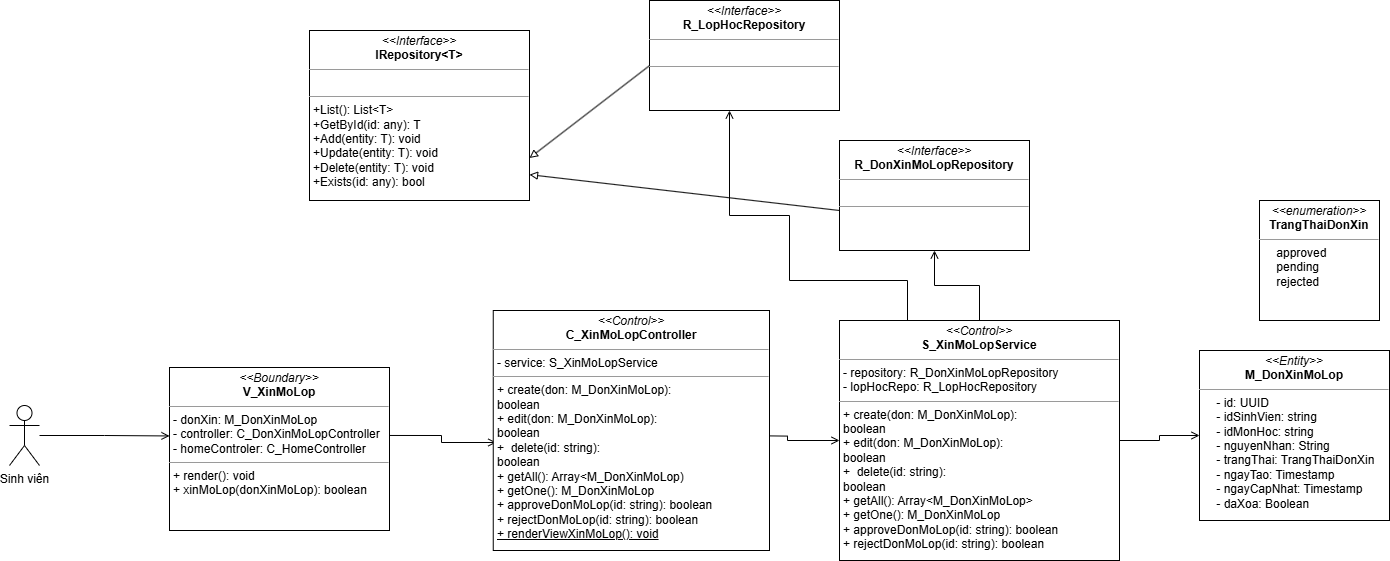
Above: Class Diagram/Xin_mo_lop/Xin_mo_lop_class_diagram.drawio.png in imvietcuongfrvietnam/PTTKHT (draw.io), before the change. Source tidied: cells renumbered, new cells last; positions are measured from the earlier drawing's top-left corner, leaving out a move shared by most shapes.
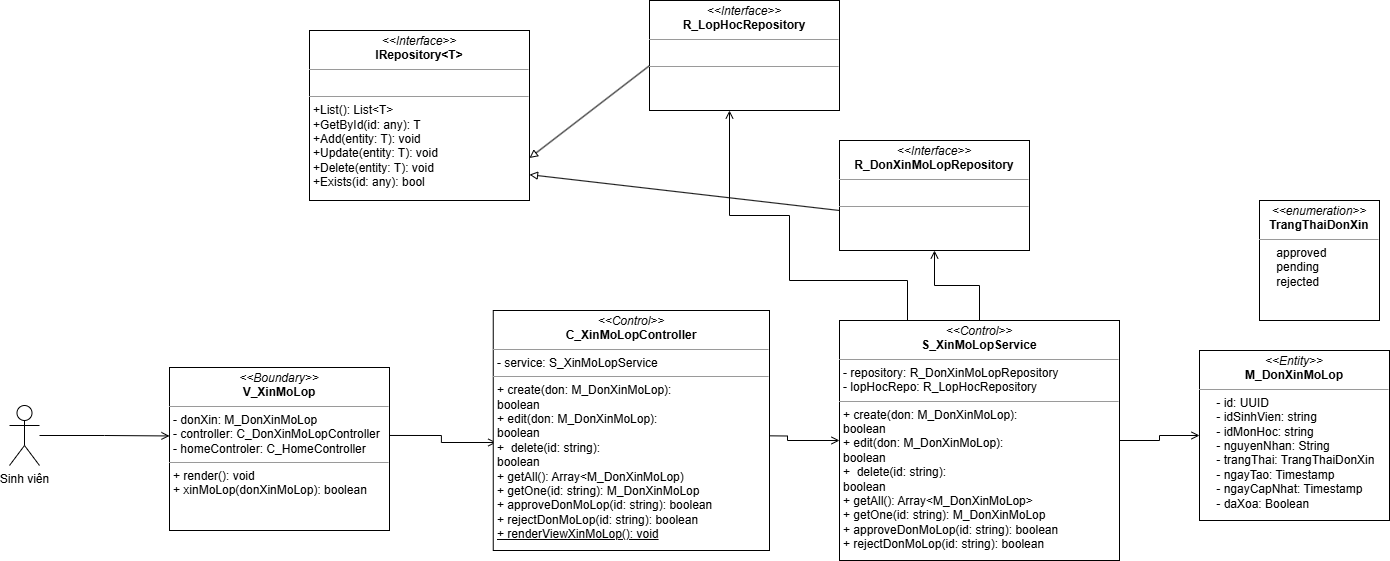
After the commit.

Change to the diagram source:
```diff
@@ -34,10 +34,10 @@
     <mxCell id="11" style="edgeStyle=orthogonalEdgeStyle;rounded=0;jettySize=auto;html=1;endArrow=open;endFill=0;" parent="1" edge="1" source="12" target="16">
       <mxGeometry relative="1" as="geometry" />
     </mxCell>
-    <mxCell id="12" value="&lt;p style=&quot;margin:0px;margin-top:4px;text-align:center;&quot;&gt;&lt;i&gt;&amp;lt;&amp;lt;Control&amp;gt;&amp;gt;&lt;/i&gt;&lt;br&gt;&lt;b&gt;S_XinMoLopService&lt;/b&gt;&lt;/p&gt;&lt;hr size=&quot;1&quot;&gt;&lt;p style=&quot;margin:0px;margin-left:4px;&quot;&gt;- repository: R_DonXinMoLopRepository&lt;/p&gt;&lt;p style=&quot;margin:0px;margin-left:4px;&quot;&gt;- lopHocRepo: R_LopHocRepository&lt;/p&gt;&lt;hr size=&quot;1&quot;&gt;&lt;p style=&quot;margin:0px;margin-left:4px;&quot;&gt;+ create(don: M_DonXinMoLop):&amp;nbsp;&lt;/p&gt;&lt;p style=&quot;margin:0px;margin-left:4px;&quot;&gt;boolean&lt;/p&gt;&lt;p style=&quot;margin:0px;margin-left:4px;&quot;&gt;+ edit&lt;span style=&quot;background-color: transparent; color: light-dark(rgb(0, 0, 0), rgb(255, 255, 255));&quot;&gt;(don: M_DonXinMoLop):&amp;nbsp;&lt;/span&gt;&lt;/p&gt;&lt;p style=&quot;margin: 0px 0px 0px 4px;&quot;&gt;boolean&lt;/p&gt;&lt;p style=&quot;margin: 0px 0px 0px 4px;&quot;&gt;+&amp;nbsp;&lt;span style=&quot;background-color: transparent; color: light-dark(rgb(0, 0, 0), rgb(255, 255, 255));&quot;&gt;&amp;nbsp;delete&lt;/span&gt;&lt;span style=&quot;background-color: transparent; color: light-dark(rgb(0, 0, 0), rgb(255, 255, 255));&quot;&gt;(id: string):&amp;nbsp;&lt;/span&gt;&lt;/p&gt;&lt;p style=&quot;margin: 0px 0px 0px 4px;&quot;&gt;boolean&lt;/p&gt;&lt;p style=&quot;margin: 0px 0px 0px 4px;&quot;&gt;+ getAll(): Array&amp;lt;M_DonXinMoLop&amp;gt;&lt;/p&gt;&lt;p style=&quot;margin: 0px 0px 0px 4px;&quot;&gt;+&amp;nbsp;&lt;span style=&quot;background-color: transparent; color: light-dark(rgb(0, 0, 0), rgb(255, 255, 255));&quot;&gt;getOne(): M_DonXinMoLop&lt;/span&gt;&lt;/p&gt;&lt;p style=&quot;margin: 0px 0px 0px 4px;&quot;&gt;&lt;span style=&quot;background-color: transparent; color: light-dark(rgb(0, 0, 0), rgb(255, 255, 255));&quot;&gt;+ approveDonMoLop(&lt;/span&gt;&lt;span style=&quot;background-color: transparent; color: light-dark(rgb(0, 0, 0), rgb(255, 255, 255));&quot;&gt;id: string&lt;/span&gt;&lt;span style=&quot;background-color: transparent; color: light-dark(rgb(0, 0, 0), rgb(255, 255, 255));&quot;&gt;): boolean&lt;/span&gt;&lt;/p&gt;&lt;p style=&quot;margin: 0px 0px 0px 4px;&quot;&gt;&lt;span style=&quot;background-color: transparent; color: light-dark(rgb(0, 0, 0), rgb(255, 255, 255));&quot;&gt;+ rejectDonMoLop(id: string): boolean&lt;/span&gt;&lt;/p&gt;&lt;p style=&quot;margin: 0px 0px 0px 4px;&quot;&gt;&lt;br&gt;&lt;/p&gt;" style="verticalAlign=top;align=left;overflow=fill;fontSize=12;fontFamily=Helvetica;html=1;rounded=0;shadow=0;comic=0;labelBackgroundColor=none;strokeWidth=1;" parent="1" vertex="1">
+    <mxCell id="12" value="&lt;p style=&quot;margin:0px;margin-top:4px;text-align:center;&quot;&gt;&lt;i&gt;&amp;lt;&amp;lt;Control&amp;gt;&amp;gt;&lt;/i&gt;&lt;br&gt;&lt;b&gt;S_XinMoLopService&lt;/b&gt;&lt;/p&gt;&lt;hr size=&quot;1&quot;&gt;&lt;p style=&quot;margin:0px;margin-left:4px;&quot;&gt;- repository: R_DonXinMoLopRepository&lt;/p&gt;&lt;p style=&quot;margin:0px;margin-left:4px;&quot;&gt;- lopHocRepo: R_LopHocRepository&lt;/p&gt;&lt;hr size=&quot;1&quot;&gt;&lt;p style=&quot;margin:0px;margin-left:4px;&quot;&gt;+ create(don: M_DonXinMoLop):&amp;nbsp;&lt;/p&gt;&lt;p style=&quot;margin:0px;margin-left:4px;&quot;&gt;boolean&lt;/p&gt;&lt;p style=&quot;margin:0px;margin-left:4px;&quot;&gt;+ edit&lt;span style=&quot;background-color: transparent; color: light-dark(rgb(0, 0, 0), rgb(255, 255, 255));&quot;&gt;(don: M_DonXinMoLop):&amp;nbsp;&lt;/span&gt;&lt;/p&gt;&lt;p style=&quot;margin: 0px 0px 0px 4px;&quot;&gt;boolean&lt;/p&gt;&lt;p style=&quot;margin: 0px 0px 0px 4px;&quot;&gt;+&amp;nbsp;&lt;span style=&quot;background-color: transparent; color: light-dark(rgb(0, 0, 0), rgb(255, 255, 255));&quot;&gt;&amp;nbsp;delete&lt;/span&gt;&lt;span style=&quot;background-color: transparent; color: light-dark(rgb(0, 0, 0), rgb(255, 255, 255));&quot;&gt;(id: string):&amp;nbsp;&lt;/span&gt;&lt;/p&gt;&lt;p style=&quot;margin: 0px 0px 0px 4px;&quot;&gt;boolean&lt;/p&gt;&lt;p style=&quot;margin: 0px 0px 0px 4px;&quot;&gt;+ getAll(): Array&amp;lt;M_DonXinMoLop&amp;gt;&lt;/p&gt;&lt;p style=&quot;margin: 0px 0px 0px 4px;&quot;&gt;+&amp;nbsp;&lt;span style=&quot;background-color: transparent; color: light-dark(rgb(0, 0, 0), rgb(255, 255, 255));&quot;&gt;getOne(id: string): M_DonXinMoLop&lt;/span&gt;&lt;/p&gt;&lt;p style=&quot;margin: 0px 0px 0px 4px;&quot;&gt;&lt;span style=&quot;background-color: transparent; color: light-dark(rgb(0, 0, 0), rgb(255, 255, 255));&quot;&gt;+ approveDonMoLop(&lt;/span&gt;&lt;span style=&quot;background-color: transparent; color: light-dark(rgb(0, 0, 0), rgb(255, 255, 255));&quot;&gt;id: string&lt;/span&gt;&lt;span style=&quot;background-color: transparent; color: light-dark(rgb(0, 0, 0), rgb(255, 255, 255));&quot;&gt;): boolean&lt;/span&gt;&lt;/p&gt;&lt;p style=&quot;margin: 0px 0px 0px 4px;&quot;&gt;&lt;span style=&quot;background-color: transparent; color: light-dark(rgb(0, 0, 0), rgb(255, 255, 255));&quot;&gt;+ rejectDonMoLop(id: string): boolean&lt;/span&gt;&lt;/p&gt;&lt;p style=&quot;margin: 0px 0px 0px 4px;&quot;&gt;&lt;br&gt;&lt;/p&gt;" style="verticalAlign=top;align=left;overflow=fill;fontSize=12;fontFamily=Helvetica;html=1;rounded=0;shadow=0;comic=0;labelBackgroundColor=none;strokeWidth=1;" parent="1" vertex="1">
       <mxGeometry x="830" y="320" width="280" height="240" as="geometry" />
     </mxCell>
-    <mxCell id="13" value="&lt;p style=&quot;margin:0px;margin-top:4px;text-align:center;&quot;&gt;&lt;i&gt;&amp;lt;&amp;lt;Control&amp;gt;&amp;gt;&lt;/i&gt;&lt;br&gt;&lt;b&gt;C_XinMoLopController&lt;/b&gt;&lt;/p&gt;&lt;hr size=&quot;1&quot;&gt;&lt;p style=&quot;margin:0px;margin-left:4px;&quot;&gt;- service: S_XinMoLopService&lt;/p&gt;&lt;hr size=&quot;1&quot;&gt;&lt;p style=&quot;margin:0px;margin-left:4px;&quot;&gt;+ create(don: M_DonXinMoLop):&amp;nbsp;&lt;/p&gt;&lt;p style=&quot;margin:0px;margin-left:4px;&quot;&gt;boolean&lt;/p&gt;&lt;p style=&quot;margin:0px;margin-left:4px;&quot;&gt;+ edit&lt;span style=&quot;background-color: transparent; color: light-dark(rgb(0, 0, 0), rgb(255, 255, 255));&quot;&gt;(don: M_DonXinMoLop):&amp;nbsp;&lt;/span&gt;&lt;/p&gt;&lt;p style=&quot;margin: 0px 0px 0px 4px;&quot;&gt;boolean&lt;/p&gt;&lt;p style=&quot;margin: 0px 0px 0px 4px;&quot;&gt;+&amp;nbsp;&lt;span style=&quot;background-color: transparent; color: light-dark(rgb(0, 0, 0), rgb(255, 255, 255));&quot;&gt;&amp;nbsp;delete&lt;/span&gt;&lt;span style=&quot;background-color: transparent; color: light-dark(rgb(0, 0, 0), rgb(255, 255, 255));&quot;&gt;(id: string):&amp;nbsp;&lt;/span&gt;&lt;/p&gt;&lt;p style=&quot;margin: 0px 0px 0px 4px;&quot;&gt;boolean&lt;/p&gt;&lt;p style=&quot;margin: 0px 0px 0px 4px;&quot;&gt;+ getAll(): Array&amp;lt;M_DonXinMoLop)&lt;/p&gt;&lt;p style=&quot;margin: 0px 0px 0px 4px;&quot;&gt;+&amp;nbsp;&lt;span style=&quot;background-color: transparent; color: light-dark(rgb(0, 0, 0), rgb(255, 255, 255));&quot;&gt;getOne(): M_DonXinMoLop&lt;/span&gt;&lt;/p&gt;&lt;p style=&quot;margin: 0px 0px 0px 4px;&quot;&gt;&lt;span style=&quot;background-color: transparent; color: light-dark(rgb(0, 0, 0), rgb(255, 255, 255));&quot;&gt;+ approveDonMoLop(&lt;/span&gt;&lt;span style=&quot;background-color: transparent; color: light-dark(rgb(0, 0, 0), rgb(255, 255, 255));&quot;&gt;id: string&lt;/span&gt;&lt;span style=&quot;background-color: transparent; color: light-dark(rgb(0, 0, 0), rgb(255, 255, 255));&quot;&gt;): boolean&lt;/span&gt;&lt;/p&gt;&lt;p style=&quot;margin: 0px 0px 0px 4px;&quot;&gt;&lt;span style=&quot;background-color: transparent; color: light-dark(rgb(0, 0, 0), rgb(255, 255, 255));&quot;&gt;+ rejectDonMoLop(id: string): boolean&lt;/span&gt;&lt;/p&gt;&lt;p style=&quot;margin: 0px 0px 0px 4px;&quot;&gt;&lt;span style=&quot;background-color: transparent; color: light-dark(rgb(0, 0, 0), rgb(255, 255, 255));&quot;&gt;&lt;u&gt;+ renderViewXinMoLop(): void&lt;/u&gt;&lt;/span&gt;&lt;/p&gt;&lt;p style=&quot;margin: 0px 0px 0px 4px;&quot;&gt;&lt;br&gt;&lt;/p&gt;" style="verticalAlign=top;align=left;overflow=fill;fontSize=12;fontFamily=Helvetica;html=1;rounded=0;shadow=0;comic=0;labelBackgroundColor=none;strokeWidth=1;" parent="1" vertex="1">
+    <mxCell id="13" value="&lt;p style=&quot;margin:0px;margin-top:4px;text-align:center;&quot;&gt;&lt;i&gt;&amp;lt;&amp;lt;Control&amp;gt;&amp;gt;&lt;/i&gt;&lt;br&gt;&lt;b&gt;C_XinMoLopController&lt;/b&gt;&lt;/p&gt;&lt;hr size=&quot;1&quot;&gt;&lt;p style=&quot;margin:0px;margin-left:4px;&quot;&gt;- service: S_XinMoLopService&lt;/p&gt;&lt;hr size=&quot;1&quot;&gt;&lt;p style=&quot;margin:0px;margin-left:4px;&quot;&gt;+ create(don: M_DonXinMoLop):&amp;nbsp;&lt;/p&gt;&lt;p style=&quot;margin:0px;margin-left:4px;&quot;&gt;boolean&lt;/p&gt;&lt;p style=&quot;margin:0px;margin-left:4px;&quot;&gt;+ edit&lt;span style=&quot;background-color: transparent; color: light-dark(rgb(0, 0, 0), rgb(255, 255, 255));&quot;&gt;(don: M_DonXinMoLop):&amp;nbsp;&lt;/span&gt;&lt;/p&gt;&lt;p style=&quot;margin: 0px 0px 0px 4px;&quot;&gt;boolean&lt;/p&gt;&lt;p style=&quot;margin: 0px 0px 0px 4px;&quot;&gt;+&amp;nbsp;&lt;span style=&quot;background-color: transparent; color: light-dark(rgb(0, 0, 0), rgb(255, 255, 255));&quot;&gt;&amp;nbsp;delete&lt;/span&gt;&lt;span style=&quot;background-color: transparent; color: light-dark(rgb(0, 0, 0), rgb(255, 255, 255));&quot;&gt;(id: string):&amp;nbsp;&lt;/span&gt;&lt;/p&gt;&lt;p style=&quot;margin: 0px 0px 0px 4px;&quot;&gt;boolean&lt;/p&gt;&lt;p style=&quot;margin: 0px 0px 0px 4px;&quot;&gt;+ getAll(): Array&amp;lt;M_DonXinMoLop)&lt;/p&gt;&lt;p style=&quot;margin: 0px 0px 0px 4px;&quot;&gt;+&amp;nbsp;&lt;span style=&quot;background-color: transparent; color: light-dark(rgb(0, 0, 0), rgb(255, 255, 255));&quot;&gt;getOne(id: string): M_DonXinMoLop&lt;/span&gt;&lt;/p&gt;&lt;p style=&quot;margin: 0px 0px 0px 4px;&quot;&gt;&lt;span style=&quot;background-color: transparent; color: light-dark(rgb(0, 0, 0), rgb(255, 255, 255));&quot;&gt;+ approveDonMoLop(&lt;/span&gt;&lt;span style=&quot;background-color: transparent; color: light-dark(rgb(0, 0, 0), rgb(255, 255, 255));&quot;&gt;id: string&lt;/span&gt;&lt;span style=&quot;background-color: transparent; color: light-dark(rgb(0, 0, 0), rgb(255, 255, 255));&quot;&gt;): boolean&lt;/span&gt;&lt;/p&gt;&lt;p style=&quot;margin: 0px 0px 0px 4px;&quot;&gt;&lt;span style=&quot;background-color: transparent; color: light-dark(rgb(0, 0, 0), rgb(255, 255, 255));&quot;&gt;+ rejectDonMoLop(id: string): boolean&lt;/span&gt;&lt;/p&gt;&lt;p style=&quot;margin: 0px 0px 0px 4px;&quot;&gt;&lt;span style=&quot;background-color: transparent; color: light-dark(rgb(0, 0, 0), rgb(255, 255, 255));&quot;&gt;&lt;u&gt;+ renderViewXinMoLop(): void&lt;/u&gt;&lt;/span&gt;&lt;/p&gt;&lt;p style=&quot;margin: 0px 0px 0px 4px;&quot;&gt;&lt;br&gt;&lt;/p&gt;" style="verticalAlign=top;align=left;overflow=fill;fontSize=12;fontFamily=Helvetica;html=1;rounded=0;shadow=0;comic=0;labelBackgroundColor=none;strokeWidth=1;" parent="1" vertex="1">
       <mxGeometry x="483.8" y="310" width="276.2" height="240" as="geometry" />
     </mxCell>
     <mxCell id="14" value="&lt;p style=&quot;margin:0px;margin-top:4px;text-align:center;&quot;&gt;&lt;i&gt;&amp;lt;&amp;lt;Interface&amp;gt;&amp;gt;&lt;/i&gt;&lt;br&gt;&lt;b&gt;R_LopHocRepository&lt;/b&gt;&lt;/p&gt;&lt;hr size=&quot;1&quot;&gt;&lt;p style=&quot;margin:0px;margin-left:4px;&quot;&gt;&lt;br&gt;&lt;/p&gt;&lt;hr size=&quot;1&quot;&gt;&lt;p style=&quot;margin: 0px 0px 0px 4px;&quot;&gt;&lt;br&gt;&lt;/p&gt;" style="verticalAlign=top;align=left;overflow=fill;fontSize=12;fontFamily=Helvetica;html=1;rounded=0;shadow=0;comic=0;labelBackgroundColor=none;strokeWidth=1;" parent="1" vertex="1">
```
